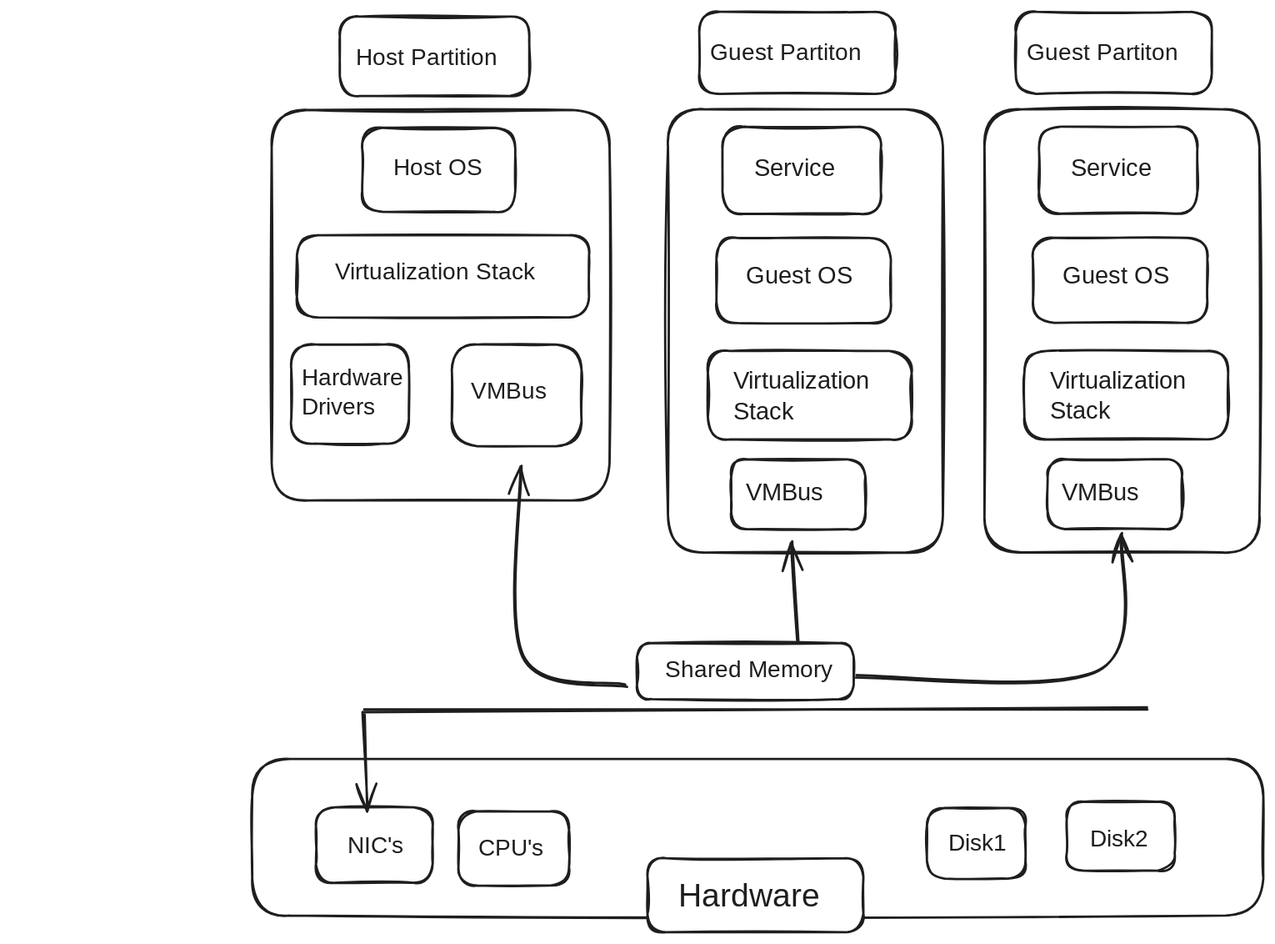
This is Notes Factory/Semister 5/CLD/qb/rough.excalidraw.svg from P7XCKD/NF, a Excalidraw export, as it was before one commit. Source tidied: one line per element, renumbered; positions are measured from the earlier drawing's top-left corner, leaving out a move shared by most shapes.
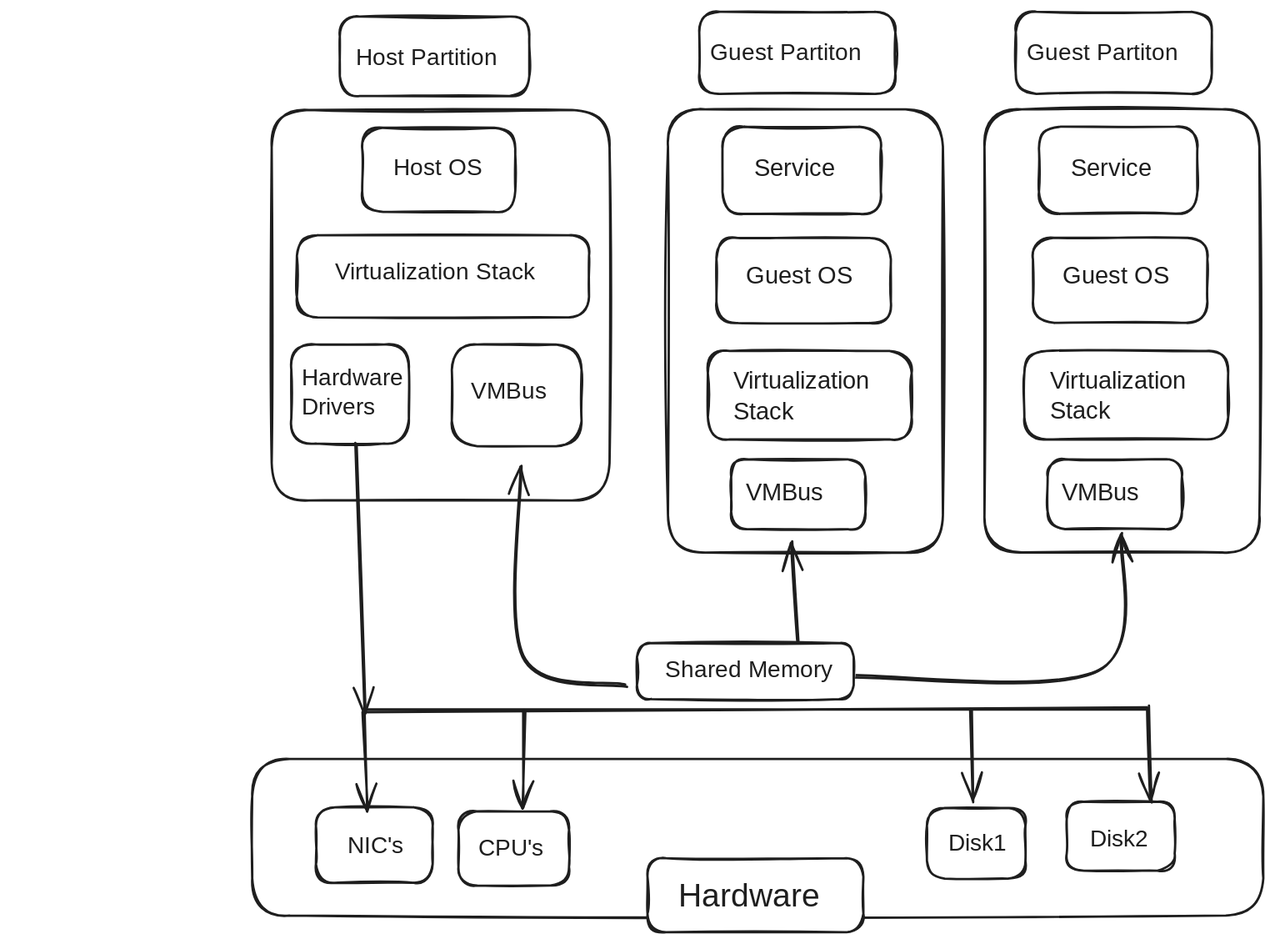
Later version of the same file.

Change to the diagram source:
```diff
@@ -49,3 +49,7 @@
 {"id": 48, "type": "text", "text": "Hardware", "strokeColor": "#1e1e1e", "backgroundColor": "#ffffff", "fillStyle": "solid", "strokeWidth": 2, "roughness": 1, "fontSize": 27.78, "fontFamily": 5, "x": 366, "y": 742, "width": 121, "height": 35}
 {"id": 49, "type": "line", "strokeColor": "#1e1e1e", "backgroundColor": "#ffffff", "fillStyle": "solid", "strokeWidth": 2, "roughness": 1, "round": true, "x": 95, "y": 598, "width": 671, "height": 1, "points": [[0, 0], [671, -1]]}
 {"id": 50, "type": "arrow", "strokeColor": "#1e1e1e", "backgroundColor": "#ffffff", "fillStyle": "solid", "strokeWidth": 2, "roughness": 1, "endArrowhead": "arrow", "round": true, "to": 42, "x": 95, "y": 601, "width": 3, "height": 84, "points": [[0, 0], [3, 84]]}
+{"id": 51, "type": "arrow", "strokeColor": "#1e1e1e", "backgroundColor": "#ffffff", "fillStyle": "solid", "strokeWidth": 2, "roughness": 1, "endArrowhead": "arrow", "round": true, "from": 8, "x": 89, "y": 370, "width": 8, "height": 231, "points": [[0, 0], [8, 231]]}
+{"id": 52, "type": "arrow", "strokeColor": "#1e1e1e", "backgroundColor": "#ffffff", "fillStyle": "solid", "strokeWidth": 2, "roughness": 1, "endArrowhead": "arrow", "round": true, "to": 40, "x": 233, "y": 599, "width": 1, "height": 84, "points": [[0, 0], [-1, 84]]}
+{"id": 53, "type": "arrow", "strokeColor": "#1e1e1e", "backgroundColor": "#ffffff", "fillStyle": "solid", "strokeWidth": 2, "roughness": 1, "endArrowhead": "arrow", "round": true, "to": 41, "x": 617, "y": 598, "width": 0, "height": 78, "points": [[0, 0], [0, 78]]}
+{"id": 54, "type": "arrow", "strokeColor": "#1e1e1e", "backgroundColor": "#ffffff", "fillStyle": "solid", "strokeWidth": 2, "roughness": 1, "endArrowhead": "arrow", "round": true, "to": 39, "x": 769, "y": 596, "width": 3, "height": 81, "points": [[0, 0], [3, 81]]}
```
